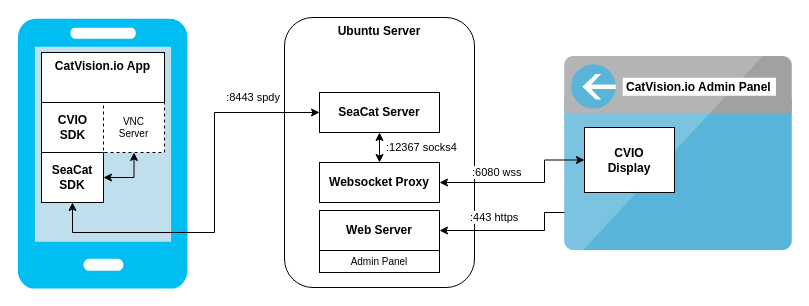
The draw.io diagram drawio/catvision_architecture.drawio in TeskaLabs/CatVision-Docs, before the edit. Source tidied: cells renumbered, new cells numbered last; positions are measured from the earlier drawing's top-left corner, leaving out a move shared by most shapes. Both pictures are drawn from the tidied source at 100%, with x=0, y=0 at pixel (17, 17).
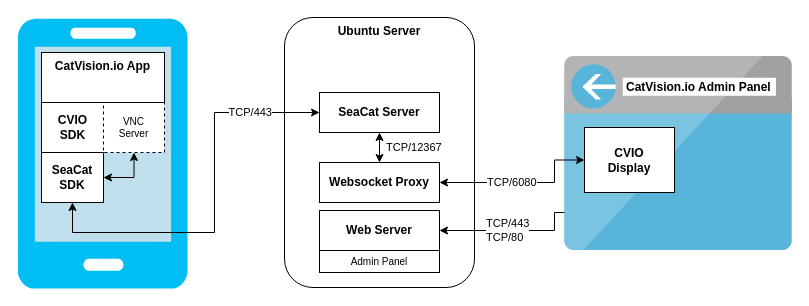
Above is the later version.

Commit message:
Updating architecture diagram drawio source file.

The change refers to these unchanged cells:
```xml
<mxCell id="7" value="CVIO&lt;br&gt;Display&lt;br&gt;" style="rounded=0;whiteSpace=wrap;html=1;fontStyle=1;" parent="1" vertex="1">
  <mxGeometry x="567" y="110" width="90" height="65" as="geometry" />
</mxCell>
<mxCell id="9" value="Web Server&lt;br&gt;" style="rounded=0;whiteSpace=wrap;html=1;fontStyle=1;" parent="1" vertex="1">
  <mxGeometry x="302" y="193" width="120" height="40" as="geometry" />
</mxCell>
<mxCell id="11" value="Websocket Proxy" style="rounded=0;whiteSpace=wrap;html=1;fontStyle=1;" parent="1" vertex="1">
  <mxGeometry x="302" y="145" width="120" height="40" as="geometry" />
</mxCell>
<mxCell id="12" value="SeaCat Server" style="rounded=0;whiteSpace=wrap;html=1;fontStyle=1;" parent="1" vertex="1">
  <mxGeometry x="302" y="75" width="120" height="40" as="geometry" />
</mxCell>
<mxCell id="15" value="SeaCat&lt;br&gt;SDK" style="rounded=0;whiteSpace=wrap;html=1;fontStyle=1;" parent="1" vertex="1">
  <mxGeometry x="24" y="135" width="62" height="50" as="geometry" />
</mxCell>
```

Change to the diagram source:
```diff
@@
-    <mxCell id="6" value=":6080 wss" style="edgeStyle=orthogonalEdgeStyle;rounded=0;jettySize=auto;html=1;exitX=0;exitY=0.5;exitDx=0;exitDy=0;entryX=1;entryY=0.5;entryDx=0;entryDy=0;align=left;startArrow=classic;startFill=1;" parent="1" edge="1" source="7" target="11">
-      <mxGeometry x="0.63" y="-10" relative="1" as="geometry">
+    <mxCell id="6" value="TCP/6080" style="edgeStyle=orthogonalEdgeStyle;rounded=0;jettySize=auto;html=1;exitX=0;exitY=0.5;exitDx=0;exitDy=0;entryX=1;entryY=0.5;entryDx=0;entryDy=0;align=left;startArrow=classic;startFill=1;" parent="1" edge="1" source="7" target="11">
+      <mxGeometry x="0.46" relative="1" as="geometry">
         <Array as="points">
-          <mxPoint x="527" y="143" />
-          <mxPoint x="527" y="165" />
+          <mxPoint x="537" y="143" />
+          <mxPoint x="537" y="165" />
         </Array>
       </mxGeometry>
     </mxCell>
@@
-    <mxCell id="8" value=":443 https" style="edgeStyle=orthogonalEdgeStyle;rounded=0;jettySize=auto;html=1;entryX=1;entryY=0.5;entryDx=0;entryDy=0;align=left;" parent="1" edge="1" target="9">
-      <mxGeometry x="0.6" y="-13" relative="1" as="geometry">
+    <mxCell id="8" value="TCP/443&lt;br&gt;TCP/80&lt;br&gt;" style="edgeStyle=orthogonalEdgeStyle;rounded=0;jettySize=auto;html=1;entryX=1;entryY=0.5;entryDx=0;entryDy=0;align=left;" parent="1" edge="1" target="9">
+      <mxGeometry x="0.37" relative="1" as="geometry">
         <mxPoint x="547" y="195" as="sourcePoint" />
         <Array as="points">
-          <mxPoint x="527" y="195" />
-          <mxPoint x="527" y="213" />
+          <mxPoint x="537" y="195" />
+          <mxPoint x="537" y="213" />
         </Array>
       </mxGeometry>
     </mxCell>
@@
-    <mxCell id="10" value="&lt;div style=&quot;text-align: left&quot;&gt;:12367 socks4&lt;/div&gt;" style="edgeStyle=orthogonalEdgeStyle;rounded=0;jettySize=auto;html=1;exitX=0.5;exitY=0;exitDx=0;exitDy=0;entryX=0.5;entryY=1;entryDx=0;entryDy=0;align=left;startArrow=classic;startFill=1;" parent="1" edge="1" source="11" target="12">
+    <mxCell id="10" value="&lt;div style=&quot;text-align: left&quot;&gt;TCP/12367&lt;/div&gt;" style="edgeStyle=orthogonalEdgeStyle;rounded=0;jettySize=auto;html=1;exitX=0.5;exitY=0;exitDx=0;exitDy=0;entryX=0.5;entryY=1;entryDx=0;entryDy=0;align=left;startArrow=classic;startFill=1;" parent="1" edge="1" source="11" target="12">
       <mxGeometry y="-5" relative="1" as="geometry" />
     </mxCell>
@@
-    <mxCell id="14" value=":8443 spdy&lt;br&gt;" style="edgeStyle=orthogonalEdgeStyle;rounded=0;jettySize=auto;html=1;exitX=0.5;exitY=1;exitDx=0;exitDy=0;entryX=0;entryY=0.5;entryDx=0;entryDy=0;align=right;startArrow=classic;startFill=1;" parent="1" edge="1" source="15" target="12">
-      <mxGeometry x="0.81" y="15" relative="1" as="geometry">
+    <mxCell id="14" value="TCP/443&lt;br&gt;" style="edgeStyle=orthogonalEdgeStyle;rounded=0;jettySize=auto;html=1;exitX=0.5;exitY=1;exitDx=0;exitDy=0;entryX=0;entryY=0.5;entryDx=0;entryDy=0;align=right;startArrow=classic;startFill=1;" parent="1" edge="1" source="15" target="12">
+      <mxGeometry x="0.77" relative="1" as="geometry">
         <Array as="points">
           <mxPoint x="55" y="215" />
           <mxPoint x="197" y="215" />
           <mxPoint x="197" y="95" />
         </Array>
       </mxGeometry>
     </mxCell>
```
